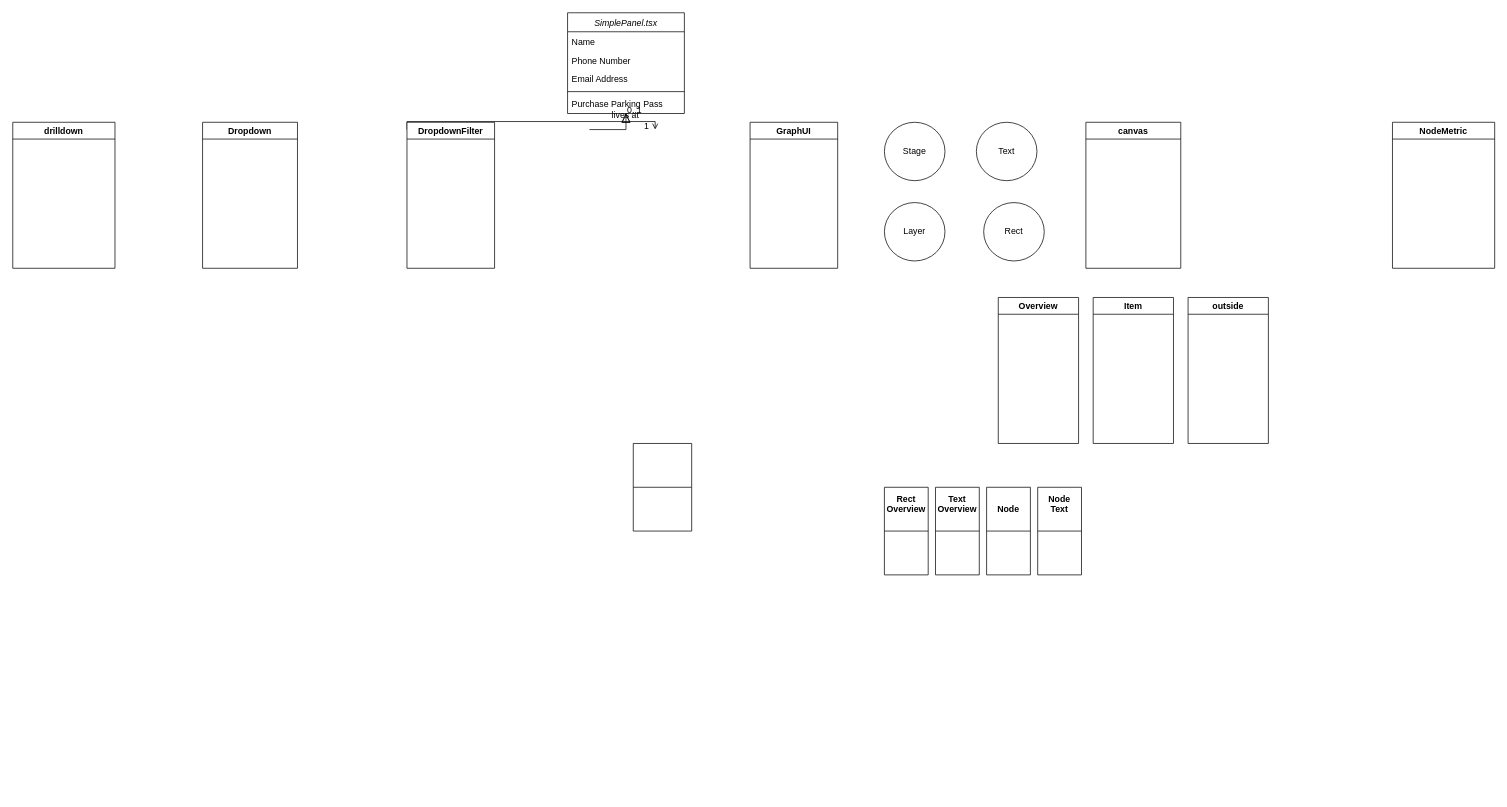
Before: Untitled Diagram.drawio in salim-1997/Drum-kit, a draw.io diagram. Source tidied: cells renumbered, new cells numbered last; positions are measured from the earlier drawing's top-left corner, leaving out a move shared by most shapes. Both pictures are drawn from the tidied source at 73%, with x=0, y=0 at pixel (12, 12).
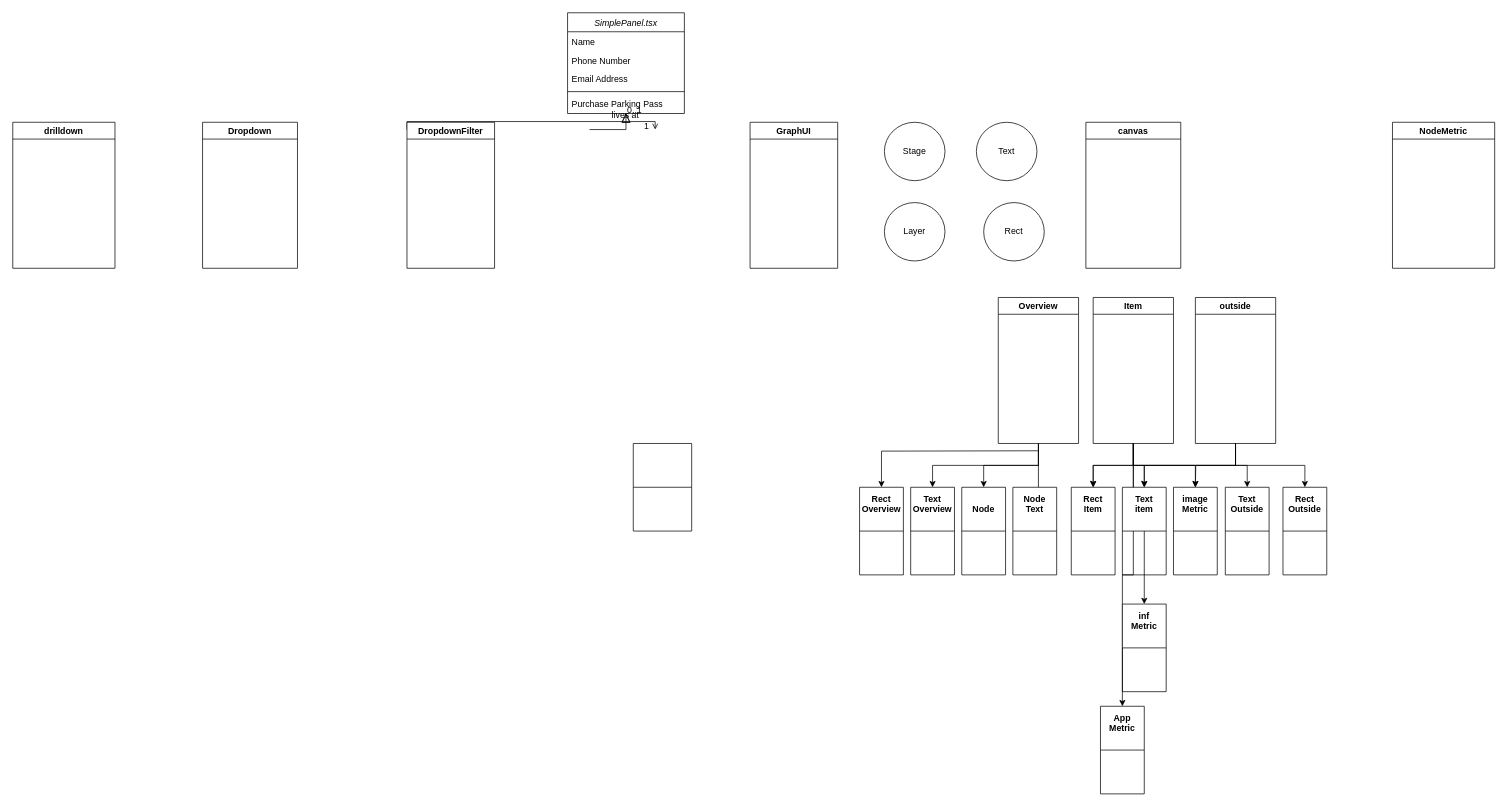
After the change.

Unchanged cells that the change refers to:
```xml
<mxCell id="20" value="Overview" style="swimlane;" parent="1" vertex="1">
  <mxGeometry x="1350" y="390" width="110" height="200" as="geometry" />
</mxCell>
<mxCell id="21" value="Item" style="swimlane;" parent="1" vertex="1">
  <mxGeometry x="1480" y="390" width="110" height="200" as="geometry" />
</mxCell>
```

Change to the diagram source:
```diff
@@
+    <mxCell id="32" style="edgeStyle=orthogonalEdgeStyle;rounded=0;jettySize=auto;html=1;entryX=0.5;entryY=0;entryDx=0;entryDy=0;" parent="1" edge="1" target="28">
+      <mxGeometry relative="1" as="geometry">
+        <mxPoint x="1405" y="600" as="sourcePoint" />
+      </mxGeometry>
+    </mxCell>
+    <mxCell id="33" style="edgeStyle=orthogonalEdgeStyle;rounded=0;jettySize=auto;html=1;exitX=0.5;exitY=1;exitDx=0;exitDy=0;entryX=0.5;entryY=0;entryDx=0;entryDy=0;" parent="1" edge="1" source="20" target="29">
+      <mxGeometry relative="1" as="geometry" />
+    </mxCell>
+    <mxCell id="34" style="edgeStyle=orthogonalEdgeStyle;rounded=0;jettySize=auto;html=1;exitX=0.5;exitY=1;exitDx=0;exitDy=0;entryX=0.5;entryY=0;entryDx=0;entryDy=0;" parent="1" edge="1" source="20" target="30">
+      <mxGeometry relative="1" as="geometry" />
+    </mxCell>
+    <mxCell id="35" style="edgeStyle=orthogonalEdgeStyle;rounded=0;jettySize=auto;html=1;exitX=0.5;exitY=1;exitDx=0;exitDy=0;entryX=0.583;entryY=0.083;entryDx=0;entryDy=0;entryPerimeter=0;" parent="1" edge="1" source="20" target="31">
+      <mxGeometry relative="1" as="geometry" />
+    </mxCell>
@@
+    <mxCell id="36" style="edgeStyle=orthogonalEdgeStyle;rounded=0;jettySize=auto;html=1;exitX=0.5;exitY=1;exitDx=0;exitDy=0;entryX=0.5;entryY=0;entryDx=0;entryDy=0;" parent="1" edge="1" source="21" target="46">
+      <mxGeometry relative="1" as="geometry" />
+    </mxCell>
+    <mxCell id="37" style="edgeStyle=orthogonalEdgeStyle;rounded=0;jettySize=auto;html=1;exitX=0.5;exitY=1;exitDx=0;exitDy=0;entryX=0.5;entryY=0;entryDx=0;entryDy=0;" parent="1" edge="1" source="21" target="47">
+      <mxGeometry relative="1" as="geometry" />
+    </mxCell>
+    <mxCell id="38" style="edgeStyle=orthogonalEdgeStyle;rounded=0;jettySize=auto;html=1;exitX=0.5;exitY=1;exitDx=0;exitDy=0;entryX=0.5;entryY=0;entryDx=0;entryDy=0;" parent="1" edge="1" source="21" target="48">
+      <mxGeometry relative="1" as="geometry" />
+    </mxCell>
+    <mxCell id="39" style="edgeStyle=orthogonalEdgeStyle;rounded=0;jettySize=auto;html=1;exitX=0.5;exitY=1;exitDx=0;exitDy=0;entryX=0.5;entryY=0;entryDx=0;entryDy=0;" parent="1" edge="1" source="21" target="49">
+      <mxGeometry relative="1" as="geometry" />
+    </mxCell>
+    <mxCell id="40" style="edgeStyle=orthogonalEdgeStyle;rounded=0;jettySize=auto;html=1;exitX=0.5;exitY=1;exitDx=0;exitDy=0;entryX=0.5;entryY=0;entryDx=0;entryDy=0;" parent="1" edge="1" source="21" target="50">
+      <mxGeometry relative="1" as="geometry" />
+    </mxCell>
@@
+    <mxCell id="41" style="edgeStyle=orthogonalEdgeStyle;rounded=0;jettySize=auto;html=1;exitX=0.5;exitY=1;exitDx=0;exitDy=0;entryX=0.5;entryY=0;entryDx=0;entryDy=0;" parent="1" edge="1" source="22" target="51">
+      <mxGeometry relative="1" as="geometry" />
+    </mxCell>
+    <mxCell id="42" style="edgeStyle=orthogonalEdgeStyle;rounded=0;jettySize=auto;html=1;exitX=0.5;exitY=1;exitDx=0;exitDy=0;entryX=0.5;entryY=0;entryDx=0;entryDy=0;" parent="1" edge="1" source="22" target="52">
+      <mxGeometry relative="1" as="geometry" />
+    </mxCell>
+    <mxCell id="43" style="edgeStyle=orthogonalEdgeStyle;rounded=0;jettySize=auto;html=1;exitX=0.5;exitY=1;exitDx=0;exitDy=0;entryX=0.5;entryY=0;entryDx=0;entryDy=0;" parent="1" edge="1" source="22" target="46">
+      <mxGeometry relative="1" as="geometry" />
+    </mxCell>
+    <mxCell id="44" style="edgeStyle=orthogonalEdgeStyle;rounded=0;jettySize=auto;html=1;exitX=0.5;exitY=1;exitDx=0;exitDy=0;entryX=0.5;entryY=0;entryDx=0;entryDy=0;" parent="1" edge="1" source="22" target="47">
+      <mxGeometry relative="1" as="geometry" />
+    </mxCell>
+    <mxCell id="45" style="edgeStyle=orthogonalEdgeStyle;rounded=0;jettySize=auto;html=1;exitX=0.5;exitY=1;exitDx=0;exitDy=0;" parent="1" edge="1" source="22">
+      <mxGeometry relative="1" as="geometry">
+        <mxPoint x="1620" y="650" as="targetPoint" />
+      </mxGeometry>
+    </mxCell>
     <mxCell id="22" value="outside" style="swimlane;startSize=23;" parent="1" vertex="1">
-      <mxGeometry x="1610" y="390" width="110" height="200" as="geometry" />
+      <mxGeometry x="1620" y="390" width="110" height="200" as="geometry" />
     </mxCell>
@@
     <mxCell id="28" value="Rect&#10;Overview&#10;" style="swimlane;startSize=60;" parent="1" vertex="1">
-      <mxGeometry x="1194" y="650" width="60" height="120" as="geometry" />
+      <mxGeometry x="1160" y="650" width="60" height="120" as="geometry" />
     </mxCell>
     <mxCell id="29" value="Text&#10;Overview&#10;" style="swimlane;startSize=60;" parent="1" vertex="1">
-      <mxGeometry x="1264" y="650" width="60" height="120" as="geometry" />
+      <mxGeometry x="1230" y="650" width="60" height="120" as="geometry" />
     </mxCell>
     <mxCell id="30" value="Node" style="swimlane;startSize=60;" parent="1" vertex="1">
-      <mxGeometry x="1334" y="650" width="60" height="120" as="geometry" />
+      <mxGeometry x="1300" y="650" width="60" height="120" as="geometry" />
     </mxCell>
     <mxCell id="31" value="Node&#10;Text&#10;" style="swimlane;startSize=60;" parent="1" vertex="1">
-      <mxGeometry x="1404" y="650" width="60" height="120" as="geometry" />
+      <mxGeometry x="1370" y="650" width="60" height="120" as="geometry" />
     </mxCell>
+    <mxCell id="46" value="Rect&#10;Item&#10;" style="swimlane;startSize=60;" parent="1" vertex="1">
+      <mxGeometry x="1450" y="650" width="60" height="120" as="geometry" />
+    </mxCell>
+    <mxCell id="47" value="Text&#10;item&#10;" style="swimlane;startSize=60;" parent="1" vertex="1">
+      <mxGeometry x="1520" y="650" width="60" height="120" as="geometry" />
+    </mxCell>
+    <mxCell id="48" value="image&#10;Metric&#10;" style="swimlane;startSize=60;" parent="1" vertex="1">
+      <mxGeometry x="1590" y="650" width="60" height="120" as="geometry" />
+    </mxCell>
+    <mxCell id="49" value="App&#10;Metric&#10;" style="swimlane;startSize=60;" parent="1" vertex="1">
+      <mxGeometry x="1490" y="950" width="60" height="120" as="geometry" />
+    </mxCell>
+    <mxCell id="50" value="inf&#10;Metric&#10;" style="swimlane;startSize=60;" parent="1" vertex="1">
+      <mxGeometry x="1520" y="810" width="60" height="120" as="geometry" />
+    </mxCell>
+    <mxCell id="51" value="Text&#10;Outside&#10;" style="swimlane;startSize=60;" parent="1" vertex="1">
+      <mxGeometry x="1661" y="650" width="60" height="120" as="geometry" />
+    </mxCell>
+    <mxCell id="52" value="Rect&#10;Outside&#10;" style="swimlane;startSize=60;" parent="1" vertex="1">
+      <mxGeometry x="1740" y="650" width="60" height="120" as="geometry" />
+    </mxCell>
```
